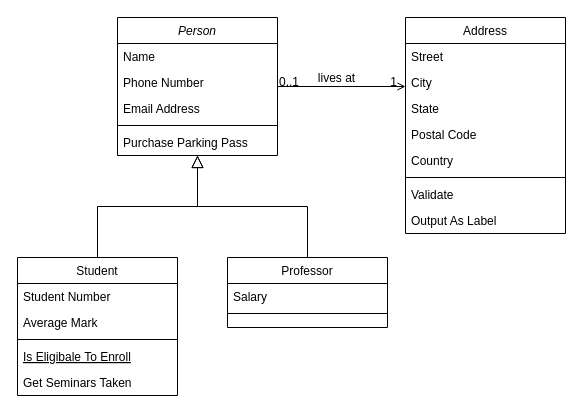
This is apo.drawio from jeanmmiguel/APO, a draw.io file, before an edit. Source tidied: cells renumbered, new cells numbered last; positions are measured from the earlier drawing's top-left corner, leaving out a move shared by most shapes. Both pictures are drawn from the tidied source at 100%, with x=0, y=0 at pixel (17, 17).
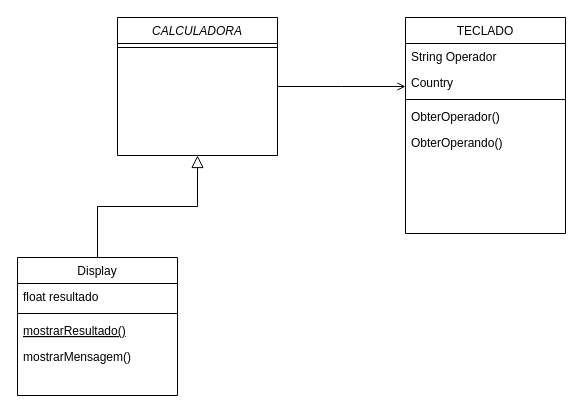
After the change.

The change refers to these unchanged cells:
```xml
<mxCell id="28" style="endArrow=open;shadow=0;strokeWidth=1;rounded=0;endFill=1;edgeStyle=elbowEdgeStyle;elbow=vertical;" parent="1" edge="1" source="2" target="19">
  <mxGeometry x="0.5" y="41" relative="1" as="geometry">
    <mxPoint x="-40" y="32" as="offset" />
  </mxGeometry>
</mxCell>
```

What changed in the source:
```diff
@@
-    <mxCell id="2" value="Person" style="swimlane;fontStyle=2;align=center;verticalAlign=top;horizontal=1;startSize=26;rounded=0;shadow=0;strokeWidth=1;" parent="1" vertex="1">
+    <mxCell id="2" value="CALCULADORA" style="swimlane;fontStyle=2;align=center;verticalAlign=top;horizontal=1;startSize=26;rounded=0;shadow=0;strokeWidth=1;" parent="1" vertex="1">
       <mxGeometry x="100" width="160" height="138" as="geometry" />
     </mxCell>
-    <mxCell id="3" value="Name" style="text;align=left;verticalAlign=top;spacingLeft=4;spacingRight=4;overflow=hidden;" parent="2" vertex="1">
-      <mxGeometry y="26" width="160" height="26" as="geometry" />
-    </mxCell>
-    <mxCell id="4" value="Phone Number" style="text;align=left;verticalAlign=top;spacingLeft=4;spacingRight=4;overflow=hidden;rounded=0;shadow=0;html=0;" parent="2" vertex="1">
-      <mxGeometry y="52" width="160" height="26" as="geometry" />
-    </mxCell>
-    <mxCell id="5" value="Email Address" style="text;align=left;verticalAlign=top;spacingLeft=4;spacingRight=4;overflow=hidden;rounded=0;shadow=0;html=0;" parent="2" vertex="1">
-      <mxGeometry y="78" width="160" height="26" as="geometry" />
-    </mxCell>
     <mxCell id="6" style="line;html=1;strokeWidth=1;align=left;verticalAlign=middle;spacingTop=-1;spacingLeft=3;spacingRight=3;labelPosition=right;" parent="2" vertex="1">
-      <mxGeometry y="104" width="160" height="8" as="geometry" />
+      <mxGeometry y="26" width="160" height="8" as="geometry" />
     </mxCell>
-    <mxCell id="7" value="Purchase Parking Pass" style="text;align=left;verticalAlign=top;spacingLeft=4;spacingRight=4;overflow=hidden;" parent="2" vertex="1">
-      <mxGeometry y="112" width="160" height="26" as="geometry" />
-    </mxCell>
-    <mxCell id="8" value="Student" style="swimlane;fontStyle=0;align=center;verticalAlign=top;horizontal=1;startSize=26;rounded=0;shadow=0;strokeWidth=1;" parent="1" vertex="1">
+    <mxCell id="8" value="Display" style="swimlane;fontStyle=0;align=center;verticalAlign=top;horizontal=1;startSize=26;rounded=0;shadow=0;strokeWidth=1;" parent="1" vertex="1">
       <mxGeometry y="240" width="160" height="138" as="geometry" />
     </mxCell>
-    <mxCell id="9" value="Student Number" style="text;align=left;verticalAlign=top;spacingLeft=4;spacingRight=4;overflow=hidden;" parent="8" vertex="1">
+    <mxCell id="9" value="float resultado" style="text;align=left;verticalAlign=top;spacingLeft=4;spacingRight=4;overflow=hidden;" parent="8" vertex="1">
       <mxGeometry y="26" width="160" height="26" as="geometry" />
     </mxCell>
-    <mxCell id="10" value="Average Mark" style="text;align=left;verticalAlign=top;spacingLeft=4;spacingRight=4;overflow=hidden;rounded=0;shadow=0;html=0;" parent="8" vertex="1">
-      <mxGeometry y="52" width="160" height="26" as="geometry" />
-    </mxCell>
     <mxCell id="11" style="line;html=1;strokeWidth=1;align=left;verticalAlign=middle;spacingTop=-1;spacingLeft=3;spacingRight=3;labelPosition=right;" parent="8" vertex="1">
-      <mxGeometry y="78" width="160" height="8" as="geometry" />
+      <mxGeometry y="52" width="160" height="8" as="geometry" />
     </mxCell>
-    <mxCell id="12" value="Is Eligibale To Enroll" style="text;align=left;verticalAlign=top;spacingLeft=4;spacingRight=4;overflow=hidden;fontStyle=4;" parent="8" vertex="1">
-      <mxGeometry y="86" width="160" height="26" as="geometry" />
+    <mxCell id="12" value="mostrarResultado()" style="text;align=left;verticalAlign=top;spacingLeft=4;spacingRight=4;overflow=hidden;fontStyle=4;" parent="8" vertex="1">
+      <mxGeometry y="60" width="160" height="26" as="geometry" />
     </mxCell>
-    <mxCell id="13" value="Get Seminars Taken" style="text;align=left;verticalAlign=top;spacingLeft=4;spacingRight=4;overflow=hidden;" parent="8" vertex="1">
-      <mxGeometry y="112" width="160" height="26" as="geometry" />
+    <mxCell id="13" value="mostrarMensagem()" style="text;align=left;verticalAlign=top;spacingLeft=4;spacingRight=4;overflow=hidden;" parent="8" vertex="1">
+      <mxGeometry y="86" width="160" height="26" as="geometry" />
     </mxCell>
@@
-    <mxCell id="15" value="Professor" style="swimlane;fontStyle=0;align=center;verticalAlign=top;horizontal=1;startSize=26;rounded=0;shadow=0;strokeWidth=1;" parent="1" vertex="1">
-      <mxGeometry x="210" y="240" width="160" height="70" as="geometry" />
-    </mxCell>
-    <mxCell id="16" value="Salary" style="text;align=left;verticalAlign=top;spacingLeft=4;spacingRight=4;overflow=hidden;" parent="15" vertex="1">
-      <mxGeometry y="26" width="160" height="26" as="geometry" />
-    </mxCell>
-    <mxCell id="17" style="line;html=1;strokeWidth=1;align=left;verticalAlign=middle;spacingTop=-1;spacingLeft=3;spacingRight=3;labelPosition=right;" parent="15" vertex="1">
-      <mxGeometry y="52" width="160" height="8" as="geometry" />
-    </mxCell>
-    <mxCell id="18" style="endArrow=block;endSize=10;endFill=0;shadow=0;strokeWidth=1;rounded=0;edgeStyle=elbowEdgeStyle;elbow=vertical;" parent="1" edge="1" source="15" target="2">
-      <mxGeometry relative="1" as="geometry" />
-    </mxCell>
-    <mxCell id="19" value="Address" style="swimlane;fontStyle=0;align=center;verticalAlign=top;horizontal=1;startSize=26;rounded=0;shadow=0;strokeWidth=1;" parent="1" vertex="1">
+    <mxCell id="19" value="TECLADO" style="swimlane;fontStyle=0;align=center;verticalAlign=top;horizontal=1;startSize=26;rounded=0;shadow=0;strokeWidth=1;" parent="1" vertex="1">
       <mxGeometry x="388" width="160" height="216" as="geometry" />
     </mxCell>
-    <mxCell id="20" value="Street" style="text;align=left;verticalAlign=top;spacingLeft=4;spacingRight=4;overflow=hidden;" parent="19" vertex="1">
+    <mxCell id="20" value="String Operador" style="text;align=left;verticalAlign=top;spacingLeft=4;spacingRight=4;overflow=hidden;" parent="19" vertex="1">
       <mxGeometry y="26" width="160" height="26" as="geometry" />
     </mxCell>
-    <mxCell id="21" value="City" style="text;align=left;verticalAlign=top;spacingLeft=4;spacingRight=4;overflow=hidden;rounded=0;shadow=0;html=0;" parent="19" vertex="1">
-      <mxGeometry y="52" width="160" height="26" as="geometry" />
-    </mxCell>
-    <mxCell id="22" value="State" style="text;align=left;verticalAlign=top;spacingLeft=4;spacingRight=4;overflow=hidden;rounded=0;shadow=0;html=0;" parent="19" vertex="1">
-      <mxGeometry y="78" width="160" height="26" as="geometry" />
-    </mxCell>
-    <mxCell id="23" value="Postal Code" style="text;align=left;verticalAlign=top;spacingLeft=4;spacingRight=4;overflow=hidden;rounded=0;shadow=0;html=0;" parent="19" vertex="1">
-      <mxGeometry y="104" width="160" height="26" as="geometry" />
-    </mxCell>
     <mxCell id="24" value="Country" style="text;align=left;verticalAlign=top;spacingLeft=4;spacingRight=4;overflow=hidden;rounded=0;shadow=0;html=0;" parent="19" vertex="1">
-      <mxGeometry y="130" width="160" height="26" as="geometry" />
+      <mxGeometry y="52" width="160" height="26" as="geometry" />
     </mxCell>
     <mxCell id="25" style="line;html=1;strokeWidth=1;align=left;verticalAlign=middle;spacingTop=-1;spacingLeft=3;spacingRight=3;labelPosition=right;" parent="19" vertex="1">
-      <mxGeometry y="156" width="160" height="8" as="geometry" />
+      <mxGeometry y="78" width="160" height="8" as="geometry" />
     </mxCell>
-    <mxCell id="26" value="Validate" style="text;align=left;verticalAlign=top;spacingLeft=4;spacingRight=4;overflow=hidden;" parent="19" vertex="1">
-      <mxGeometry y="164" width="160" height="26" as="geometry" />
+    <mxCell id="26" value="ObterOperador()" style="text;align=left;verticalAlign=top;spacingLeft=4;spacingRight=4;overflow=hidden;" parent="19" vertex="1">
+      <mxGeometry y="86" width="160" height="26" as="geometry" />
     </mxCell>
-    <mxCell id="27" value="Output As Label" style="text;align=left;verticalAlign=top;spacingLeft=4;spacingRight=4;overflow=hidden;" parent="19" vertex="1">
-      <mxGeometry y="190" width="160" height="26" as="geometry" />
+    <mxCell id="27" value="ObterOperando()" style="text;align=left;verticalAlign=top;spacingLeft=4;spacingRight=4;overflow=hidden;" parent="19" vertex="1">
+      <mxGeometry y="112" width="160" height="26" as="geometry" />
     </mxCell>
@@
-    <mxCell id="29" value="0..1" style="align=left;verticalAlign=bottom;labelBackgroundColor=none;fontSize=12;" parent="28" vertex="1">
-      <mxGeometry x="-1" relative="1" as="geometry">
-        <mxPoint y="4" as="offset" />
-      </mxGeometry>
-    </mxCell>
-    <mxCell id="30" value="1" style="align=right;verticalAlign=bottom;labelBackgroundColor=none;fontSize=12;" parent="28" vertex="1">
-      <mxGeometry x="1" relative="1" as="geometry">
-        <mxPoint x="-7" y="4" as="offset" />
-      </mxGeometry>
-    </mxCell>
-    <mxCell id="31" value="lives at" style="text;html=1;align=center;verticalAlign=middle;labelBackgroundColor=none;rounded=0;shadow=0;strokeWidth=1;fontSize=12;" parent="28" vertex="1">
-      <mxGeometry x="0.5" y="49" relative="1" as="geometry">
-        <mxPoint x="-38" y="40" as="offset" />
-      </mxGeometry>
-    </mxCell>
```
